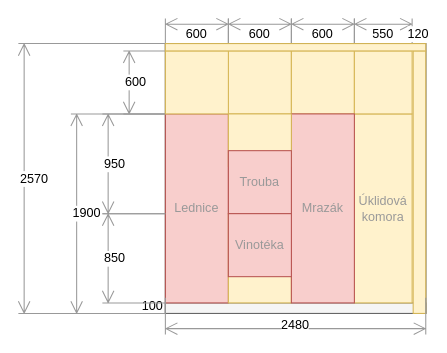
Before: docs/src/static/drawings/kitchen.wall-appliances.drawio in surquest/flat-renovation, a draw.io diagram. Source tidied: cells renumbered, new cells numbered last; positions are measured from the earlier drawing's top-left corner, leaving out a move shared by most shapes. Both pictures are drawn from the tidied source at 105%, with x=0, y=0 at pixel (18, 18).
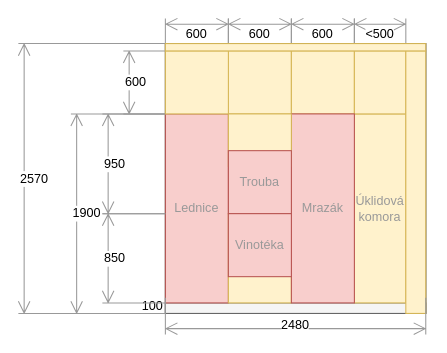
The same page after the edit.

What changed in the source:
```diff
@@
     <mxCell id="12" value="Úklidová&lt;br&gt;komora" style="rounded=0;whiteSpace=wrap;html=1;fillColor=#fff2cc;strokeColor=#d6b656;fontColor=#999999;" parent="1" vertex="1">
-      <mxGeometry x="320" y="91" width="55" height="180" as="geometry" />
+      <mxGeometry x="320" y="91" width="49" height="180" as="geometry" />
     </mxCell>
     <mxCell id="13" style="rounded=0;whiteSpace=wrap;html=1;fillColor=#fff2cc;strokeColor=#d6b656;" parent="1" vertex="1">
-      <mxGeometry x="320" y="31" width="55" height="60" as="geometry" />
+      <mxGeometry x="320" y="31" width="49" height="60" as="geometry" />
     </mxCell>
     <mxCell id="14" style="rounded=0;whiteSpace=wrap;html=1;fillColor=#fff2cc;strokeColor=#d6b656;" parent="1" vertex="1">
-      <mxGeometry x="376" y="31" width="12" height="250" as="geometry" />
+      <mxGeometry x="369" y="31" width="19" height="250" as="geometry" />
     </mxCell>
@@
-    <mxCell id="19" value="550" style="shape=dimension;direction=west;whiteSpace=wrap;html=1;align=center;verticalAlign=middle;labelBackgroundColor=#ffffff;strokeColor=#999999;" parent="1" vertex="1">
-      <mxGeometry x="320" width="55" height="30" as="geometry" />
+    <mxCell id="19" value="&amp;lt;500" style="shape=dimension;direction=west;whiteSpace=wrap;html=1;align=center;verticalAlign=middle;labelBackgroundColor=#ffffff;strokeColor=#999999;" parent="1" vertex="1">
+      <mxGeometry x="320" width="49" height="30" as="geometry" />
     </mxCell>
@@
-    <mxCell id="21" value="120" style="shape=dimension;direction=west;whiteSpace=wrap;html=1;align=center;verticalAlign=middle;labelBackgroundColor=#ffffff;strokeColor=none;" parent="1" vertex="1">
+    <mxCell id="21" style="shape=dimension;direction=west;whiteSpace=wrap;html=1;align=center;verticalAlign=middle;labelBackgroundColor=#ffffff;strokeColor=none;" parent="1" vertex="1">
       <mxGeometry x="375" width="12" height="30" as="geometry" />
     </mxCell>
```
